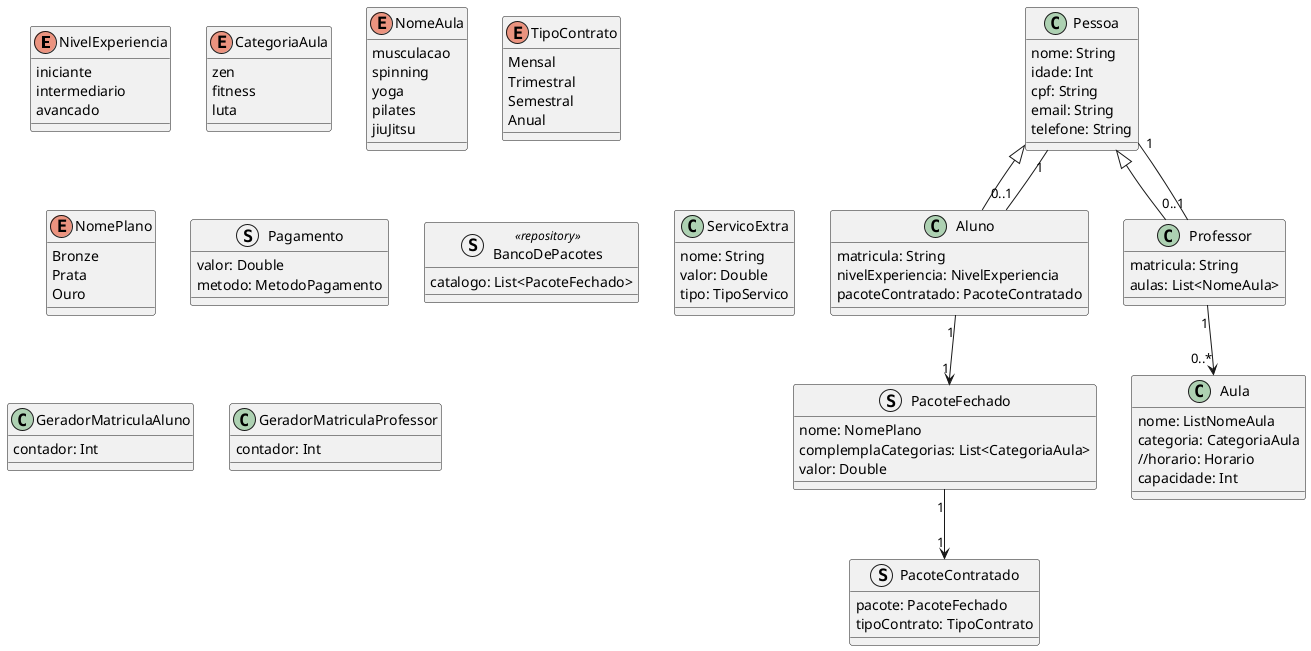
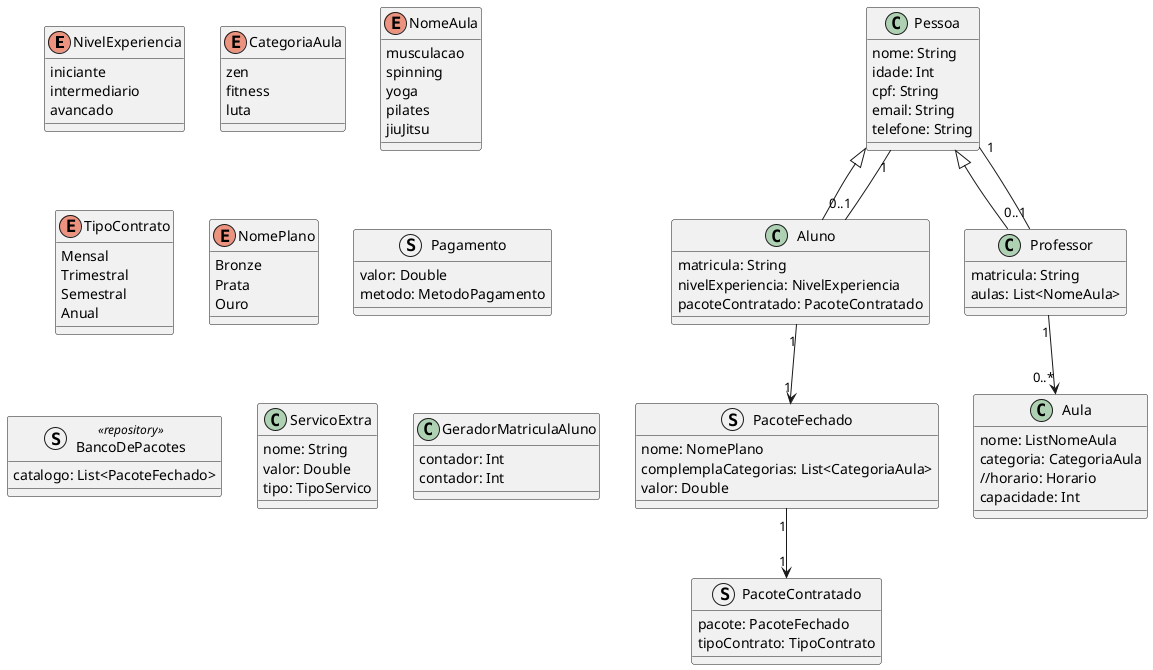
@startuml

' ===== ENUMS =====
enum NivelExperiencia {
  iniciante
  intermediario
  avancado
}

enum CategoriaAula {
    zen
    fitness
    luta
}

enum NomeAula {
  musculacao
  spinning
  yoga
  pilates
  jiuJitsu
}

enum TipoContrato {
  Mensal
  Trimestral
  Semestral
  Anual
}

enum NomePlano{
    Bronze
    Prata
    Ouro
}

' ===== STRUCTS  =====

struct Pagamento  {
  valor: Double
  metodo: MetodoPagamento
}

struct PacoteFechado  {
  nome: NomePlano
  complemplaCategorias: List<CategoriaAula>
  valor: Double
}

struct PacoteContratado  {
  pacote: PacoteFechado
  tipoContrato: TipoContrato

}

struct BancoDePacotes <<repository>> {
  catalogo: List<PacoteFechado>
}
' ===== CLASSES =====

class ServicoExtra {
  nome: String
  valor: Double
  tipo: TipoServico
}

class Aula {
  nome: ListNomeAula
  categoria: CategoriaAula
  //horario: Horario
  capacidade: Int
}

class Pessoa {
  nome: String
  idade: Int
  cpf: String
  email: String
  telefone: String
}

class Aluno extends Pessoa {
  matricula: String
  nivelExperiencia: NivelExperiencia
  pacoteContratado: PacoteContratado
}

class Professor extends Pessoa {
  matricula: String
  aulas: List<NomeAula>
}

class GeradorMatriculaAluno {
  contador: Int
}

- class GeradorMatriculaProfessor {
+ class GeradorMatriculaAluno {
  contador: Int
}
'class Contrato {
'  dataInicio: Date
'  ativo: Bool
'}

' ===== RELAÇÕES =====
Pessoa "1" -- "0..1" Aluno
Pessoa "1" -- "0..1" Professor

Aluno "1" --> "1" PacoteFechado
PacoteFechado "1" --> "1" PacoteContratado
Professor "1" --> "0..*" Aula



@enduml